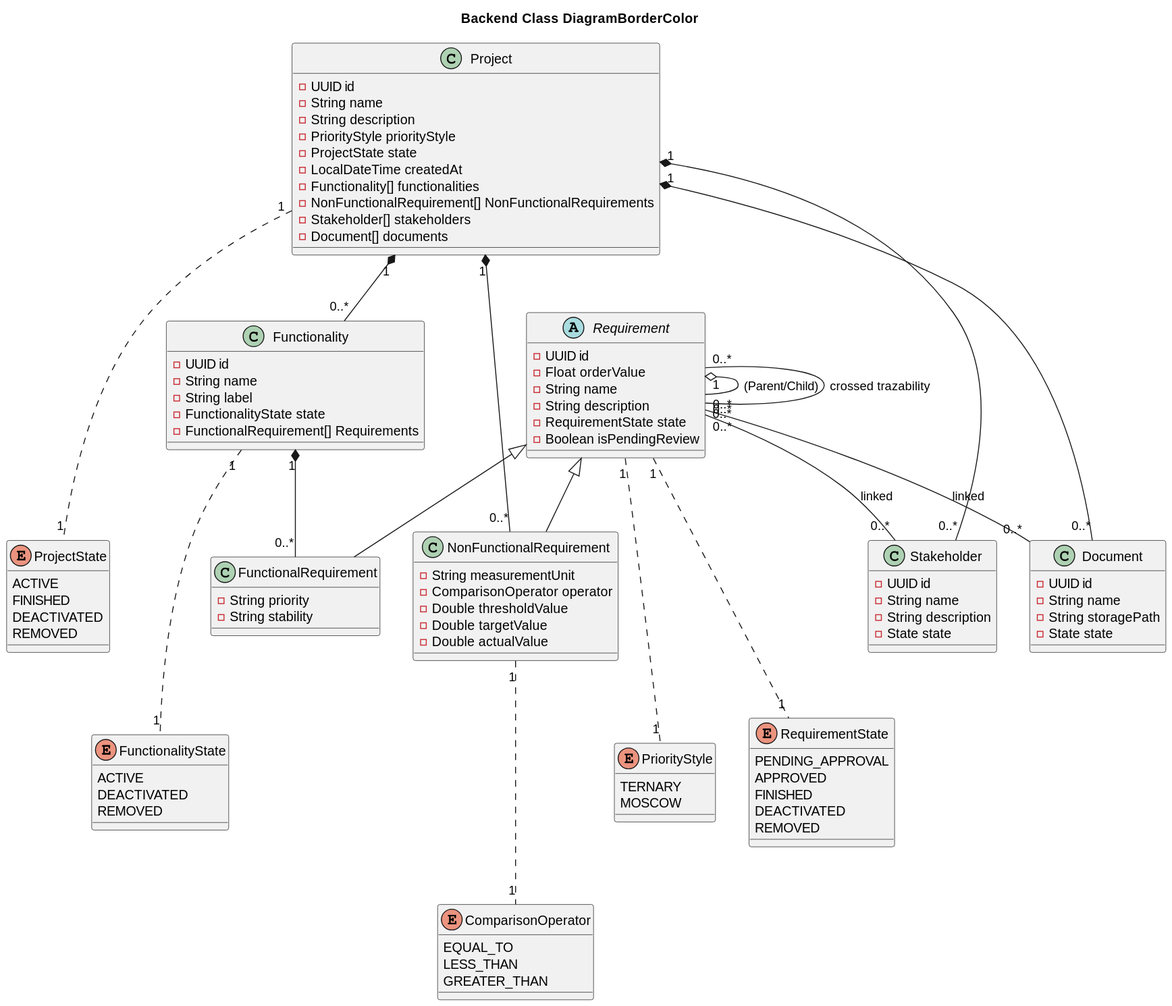
Above: docs/diagrams/backendClassDiagram.svg in Y4vra/IRBoard (PlantUML), before the change.
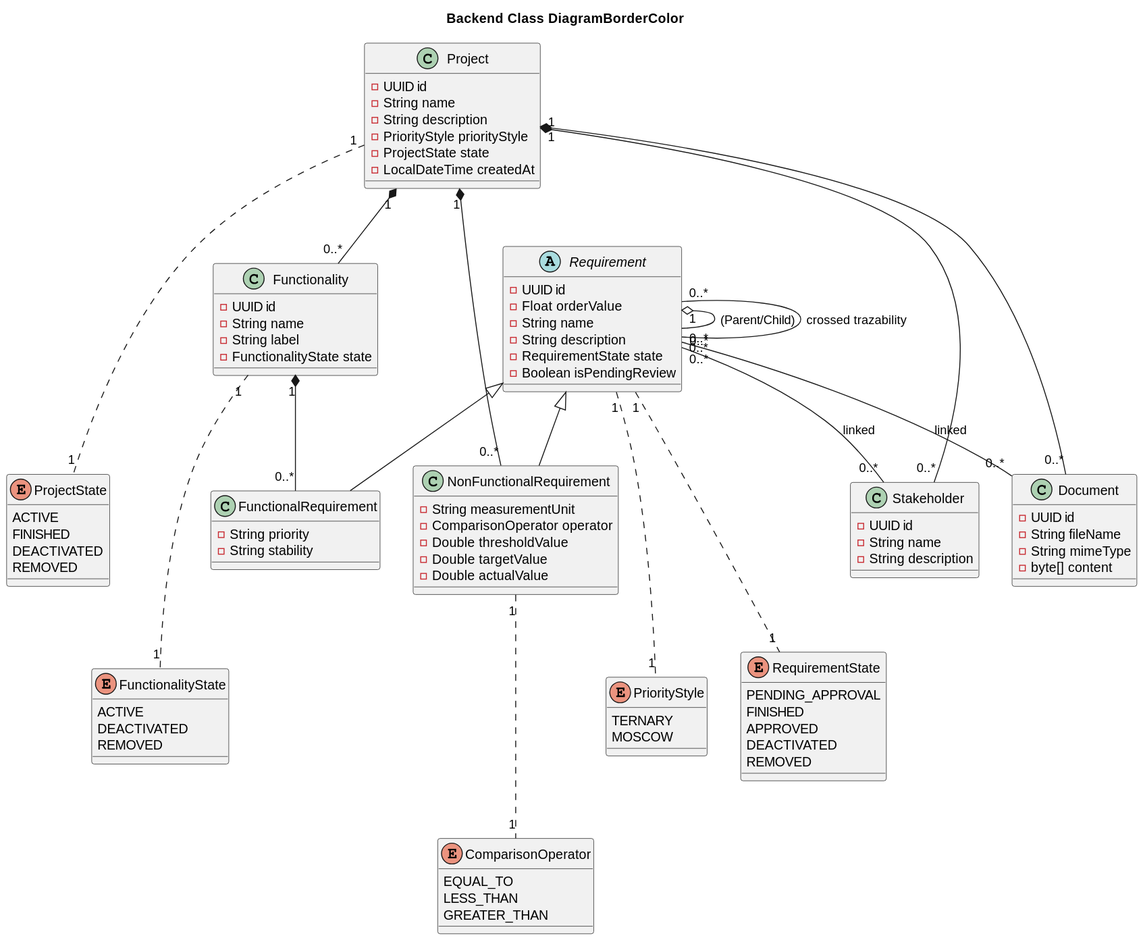
After the commit.

What changed in the source:
```diff
@@ -21,8 +21,8 @@
 
 enum RequirementState {
     PENDING_APPROVAL
+    FINISHED
     APPROVED
-    FINISHED
     DEACTIVATED
     REMOVED
 }
@@ -40,10 +40,6 @@
     - PriorityStyle priorityStyle
     - ProjectState state
     - LocalDateTime createdAt
-    - Functionality[] functionalities
-    - NonFunctionalRequirement[] NonFunctionalRequirements
-    - Stakeholder[] stakeholders
-    - Document[] documents
 }
 
 class Functionality {
@@ -51,7 +47,6 @@
     - String name
     - String label
     - FunctionalityState state
-    - FunctionalRequirement[] Requirements
 }
 
 abstract class Requirement {
@@ -80,14 +75,13 @@
     - UUID id
     - String name
     - String description
-    - State state
 }
 
 class Document {
     - UUID id
-    - String name
-    - String storagePath
-    - State state
+    - String fileName
+    - String mimeType
+    - byte[] content
 }
 
 Project "1" ... "1" ProjectState
```
